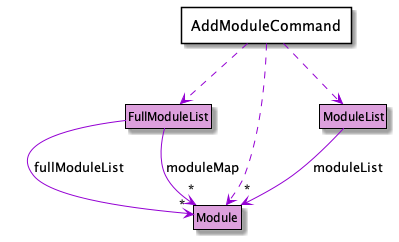
Earlier version of the PlantUML export docs/images/ModuleComponentDiagram.png (nus-cs2113-AY2122S1/tp).
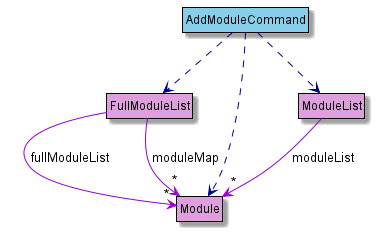
The same file after the commit.

What changed in the source:
```diff
@@ -1,7 +1,5 @@
 @startuml
 !include Style.puml
-hide Circle
-skinparam classAttributeIconSize 0
 
 class Module MODEL_COLOR
 class ModuleList MODEL_COLOR
@@ -13,9 +11,9 @@
 
 hide members
 
-package "AddModuleCommand" <<Rectangle>> {
-}
-AddModuleCommand .[MODEL_COLOR_T1].> Module
-AddModuleCommand .[MODEL_COLOR_T1].> ModuleList
-AddModuleCommand .[MODEL_COLOR_T1].> FullModuleList
+class AddModuleCommand LOGIC_COLOR
+AddModuleCommand .[LOGIC_COLOR_T1].> Module
+AddModuleCommand .[LOGIC_COLOR_T1].> ModuleList
+AddModuleCommand .[LOGIC_COLOR_T1].> FullModuleList
+
 @enduml
```
